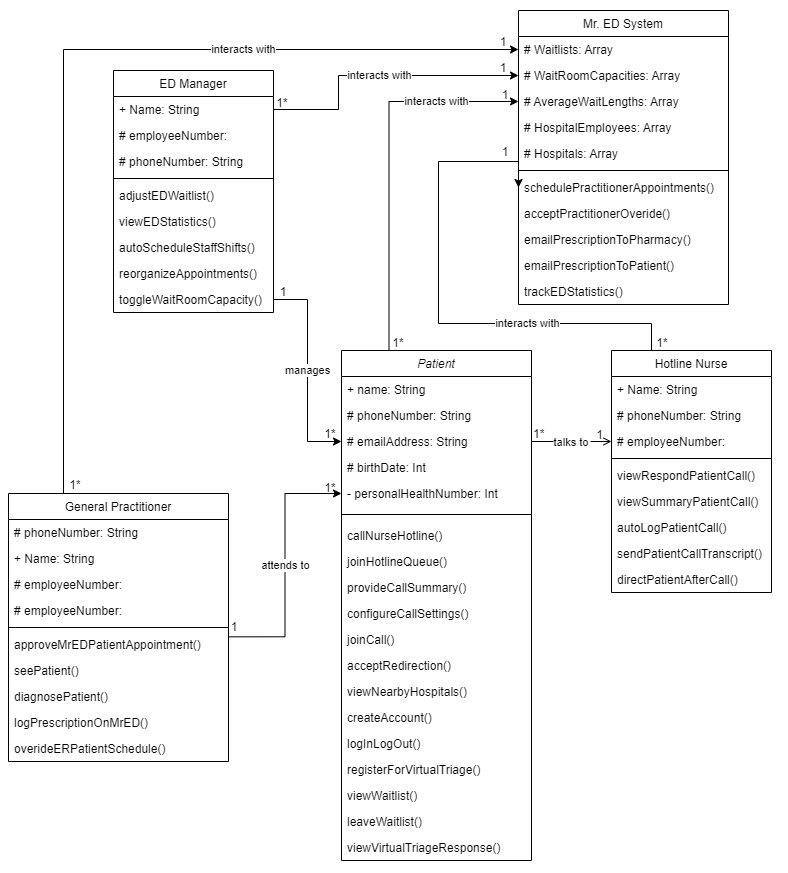
SENG-350-2024-fall/Team9 keeps this draw.io diagram as AmirWork/M2_ClassDiagram.drawio.png. Above is the earlier version. Source tidied: cells renumbered, new cells last; positions are measured from the earlier drawing's top-left corner, leaving out a move shared by most shapes.
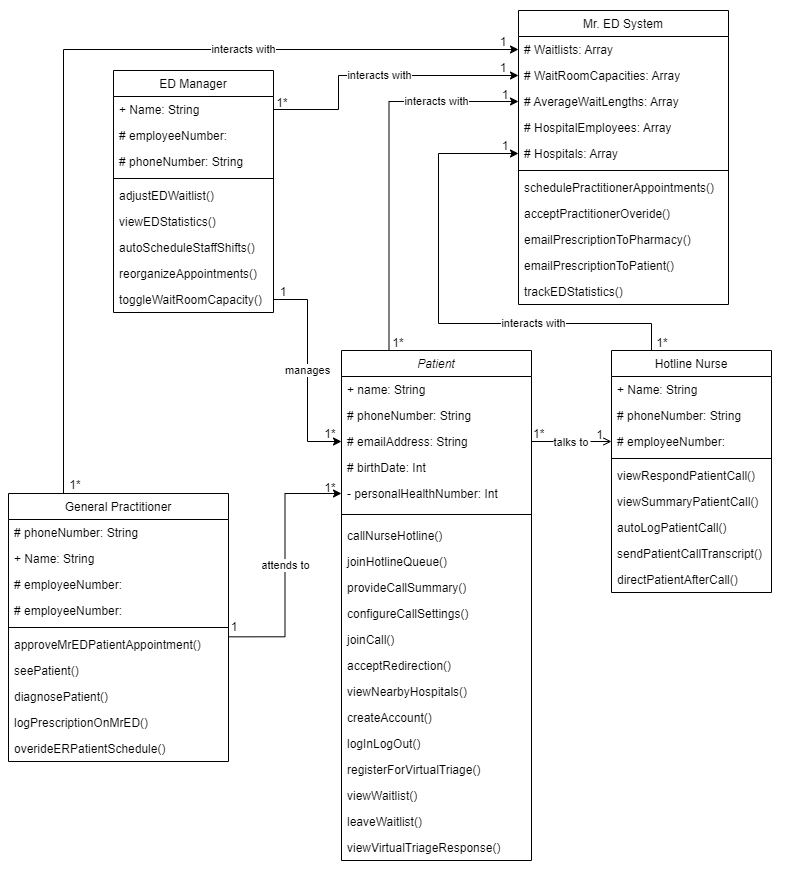
After the commit.

The edit, as a diff of the source:
```diff
@@ -108,13 +108,12 @@
     <mxCell id="35" value="toggleWaitRoomCapacity()" style="text;align=left;verticalAlign=top;spacingLeft=4;spacingRight=4;overflow=hidden;points=[[0,0.5],[1,0.5]];portConstraint=eastwest;" parent="26" vertex="1">
       <mxGeometry y="216" width="160" height="26" as="geometry" />
     </mxCell>
-    <mxCell id="36" value="interacts with" style="edgeStyle=orthogonalEdgeStyle;rounded=0;jettySize=auto;html=1;exitX=0.25;exitY=0;exitDx=0;exitDy=0;entryX=0;entryY=0.5;entryDx=0;entryDy=0;" parent="1" edge="1" source="37" target="66">
+    <mxCell id="36" value="interacts with" style="edgeStyle=orthogonalEdgeStyle;rounded=0;jettySize=auto;html=1;exitX=0.25;exitY=0;exitDx=0;exitDy=0;entryX=0;entryY=0.5;entryDx=0;entryDy=0;" parent="1" edge="1" source="37" target="64">
       <mxGeometry x="-0.41" relative="1" as="geometry">
         <Array as="points">
           <mxPoint x="651" y="323" />
           <mxPoint x="438" y="323" />
-          <mxPoint x="438" y="161" />
-          <mxPoint x="518" y="161" />
+          <mxPoint x="438" y="153" />
         </Array>
       </mxGeometry>
     </mxCell>
@@ -242,7 +241,7 @@
       <mxGeometry x="368" y="328" width="60" height="30" as="geometry" />
     </mxCell>
     <mxCell id="78" value="1" style="text;strokeColor=none;align=center;fillColor=none;html=1;verticalAlign=middle;whiteSpace=wrap;rounded=0;" parent="1" vertex="1">
-      <mxGeometry x="475" y="137" width="60" height="30" as="geometry" />
+      <mxGeometry x="475" y="131" width="60" height="30" as="geometry" />
     </mxCell>
     <mxCell id="79" value="1*" style="text;strokeColor=none;align=center;fillColor=none;html=1;verticalAlign=middle;whiteSpace=wrap;rounded=0;" parent="1" vertex="1">
       <mxGeometry x="632" y="328" width="60" height="30" as="geometry" />
```
